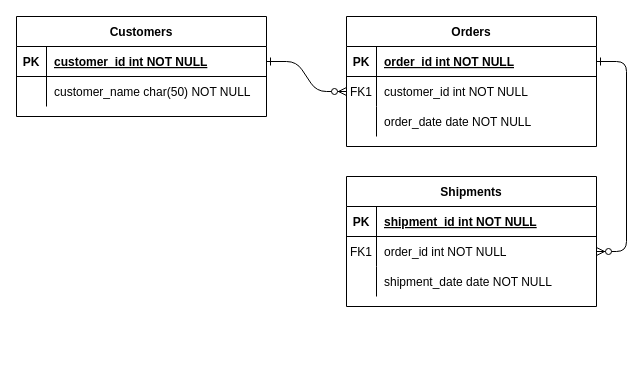
This is Diagrama sin título.drawio from MarcusZ93/TareaPendiente, a draw.io file, before an edit. Source tidied: cells renumbered, new cells numbered last; positions are measured from the earlier drawing's top-left corner, leaving out a move shared by most shapes. Both pictures are drawn from the tidied source at 100%, with x=0, y=0 at pixel (16, 16).
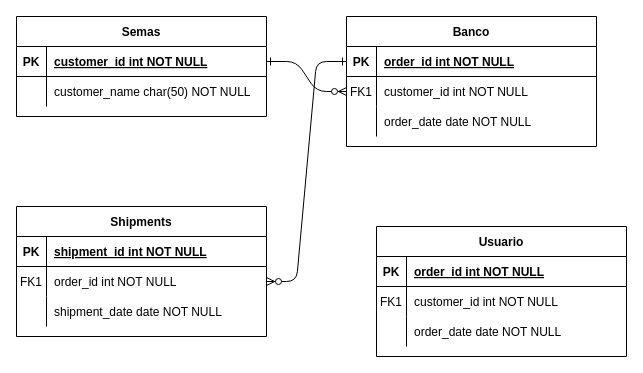
Above is the later version.

What changed in the source:
```diff
@@
-    <mxCell id="4" value="Orders" style="shape=table;startSize=30;childLayout=tableLayout;rowLines=0;fontStyle=1;align=center;" parent="1" vertex="1">
+    <mxCell id="4" value="Banco" style="shape=table;startSize=30;childLayout=tableLayout;rowLines=0;fontStyle=1;align=center;" parent="1" vertex="1">
       <mxGeometry x="330" width="250" height="130" as="geometry" />
     </mxCell>
@@
     <mxCell id="14" value="Shipments" style="shape=table;startSize=30;childLayout=tableLayout;rowLines=0;fontStyle=1;align=center;" parent="1" vertex="1">
-      <mxGeometry x="330" y="160" width="250" height="130" as="geometry" />
+      <mxGeometry y="190" width="250" height="130" as="geometry" />
     </mxCell>
@@
-    <mxCell id="24" value="Customers" style="shape=table;startSize=30;childLayout=tableLayout;rowLines=0;fontStyle=1;align=center;" parent="1" vertex="1">
+    <mxCell id="24" value="Semas" style="shape=table;startSize=30;childLayout=tableLayout;rowLines=0;fontStyle=1;align=center;" parent="1" vertex="1">
       <mxGeometry width="250" height="100" as="geometry" />
     </mxCell>
@@
+    <mxCell id="31" value="Usuario" style="shape=table;startSize=30;childLayout=tableLayout;rowLines=0;fontStyle=1;align=center;" parent="1" vertex="1">
+      <mxGeometry x="360" y="210" width="250" height="130" as="geometry" />
+    </mxCell>
+    <mxCell id="32" style="shape=partialRectangle;fillColor=none;top=0;left=0;right=0;bottom=1;" parent="31" vertex="1">
+      <mxGeometry y="30" width="250" height="30" as="geometry" />
+    </mxCell>
+    <mxCell id="33" value="PK" style="shape=partialRectangle;overflow=hidden;fillColor=none;top=0;left=0;bottom=0;right=0;fontStyle=1;" parent="32" vertex="1">
+      <mxGeometry width="30" height="30" as="geometry" />
+    </mxCell>
+    <mxCell id="34" value="order_id int NOT NULL " style="shape=partialRectangle;overflow=hidden;fillColor=none;top=0;left=0;bottom=0;right=0;align=left;spacingLeft=6;fontStyle=5;" parent="32" vertex="1">
+      <mxGeometry x="30" width="220" height="30" as="geometry" />
+    </mxCell>
+    <mxCell id="35" style="shape=partialRectangle;fillColor=none;top=0;left=0;right=0;bottom=0;" parent="31" vertex="1">
+      <mxGeometry y="60" width="250" height="30" as="geometry" />
+    </mxCell>
+    <mxCell id="36" value="FK1" style="shape=partialRectangle;overflow=hidden;fillColor=none;top=0;left=0;bottom=0;right=0;" parent="35" vertex="1">
+      <mxGeometry width="30" height="30" as="geometry" />
+    </mxCell>
+    <mxCell id="37" value="customer_id int NOT NULL" style="shape=partialRectangle;overflow=hidden;fillColor=none;top=0;left=0;bottom=0;right=0;align=left;spacingLeft=6;" parent="35" vertex="1">
+      <mxGeometry x="30" width="220" height="30" as="geometry" />
+    </mxCell>
+    <mxCell id="38" style="shape=partialRectangle;fillColor=none;top=0;left=0;right=0;bottom=0;" parent="31" vertex="1">
+      <mxGeometry y="90" width="250" height="30" as="geometry" />
+    </mxCell>
+    <mxCell id="39" style="shape=partialRectangle;overflow=hidden;fillColor=none;top=0;left=0;bottom=0;right=0;" parent="38" vertex="1">
+      <mxGeometry width="30" height="30" as="geometry" />
+    </mxCell>
+    <mxCell id="40" value="order_date date NOT NULL" style="shape=partialRectangle;overflow=hidden;fillColor=none;top=0;left=0;bottom=0;right=0;align=left;spacingLeft=6;" parent="38" vertex="1">
+      <mxGeometry x="30" width="220" height="30" as="geometry" />
+    </mxCell>
```
